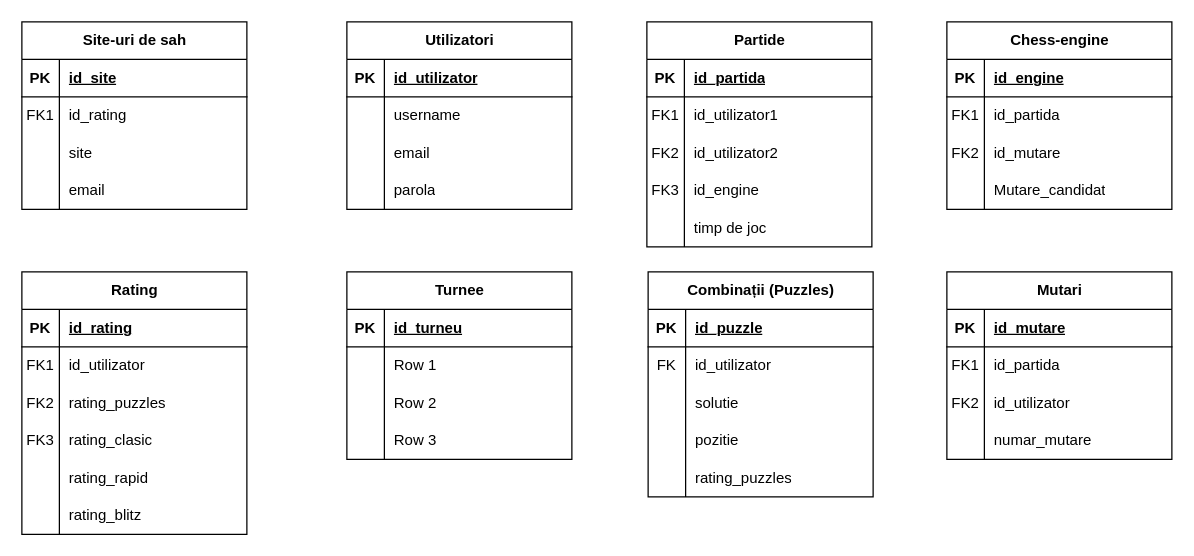
CiprianVlad/facultate keeps this draw.io diagram as Anul1/Semestrul 2/BD/proiect/Sah.drawio. Above is the earlier version. Source tidied: cells renumbered, new cells numbered last; positions are measured from the earlier drawing's top-left corner, leaving out a move shared by most shapes. Both pictures are drawn from the tidied source at 125%, with x=0, y=0 at pixel (21, 21).
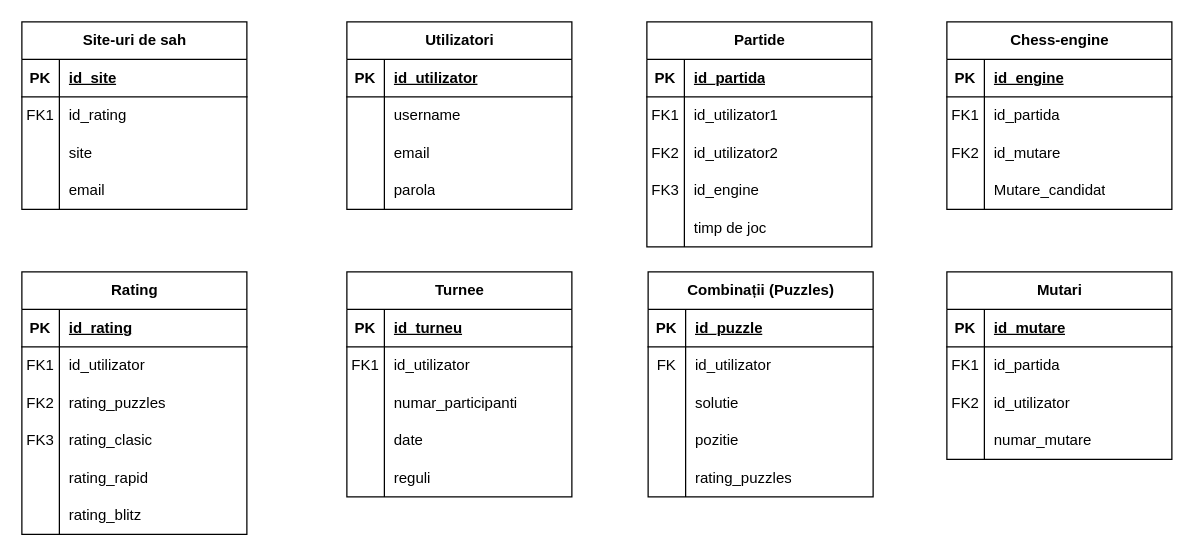
The same page after the edit.

The change refers to these unchanged cells:
```xml
<mxCell id="93" style="shape=tableRow;horizontal=0;startSize=0;swimlaneHead=0;swimlaneBody=0;fillColor=none;top=0;left=0;right=0;bottom=0;" parent="89" vertex="1">
  <mxGeometry y="60" width="180" height="30" as="geometry" />
</mxCell>
<mxCell id="96" style="shape=tableRow;horizontal=0;startSize=0;swimlaneHead=0;swimlaneBody=0;fillColor=none;top=0;left=0;right=0;bottom=0;" parent="89" vertex="1">
  <mxGeometry y="90" width="180" height="30" as="geometry" />
</mxCell>
<mxCell id="99" style="shape=tableRow;horizontal=0;startSize=0;swimlaneHead=0;swimlaneBody=0;fillColor=none;top=0;left=0;right=0;bottom=0;" parent="89" vertex="1">
  <mxGeometry y="120" width="180" height="30" as="geometry" />
</mxCell>
```

Diff of the diagram source:
```diff
@@
     <mxCell id="89" value="Turnee" style="shape=table;startSize=30;childLayout=tableLayout;rowLines=0;fontStyle=1;align=center;html=1;" parent="1" vertex="1">
-      <mxGeometry x="260" y="200" width="180" height="150" as="geometry" />
+      <mxGeometry x="260" y="200" width="180" height="180" as="geometry" />
     </mxCell>
@@
-    <mxCell id="94" style="shape=partialRectangle;fillColor=none;top=0;left=0;bottom=0;right=0;overflow=hidden;whiteSpace=wrap;html=1;" parent="93" vertex="1">
+    <mxCell id="94" value="FK1" style="shape=partialRectangle;fillColor=none;top=0;left=0;bottom=0;right=0;overflow=hidden;whiteSpace=wrap;html=1;" parent="93" vertex="1">
       <mxGeometry width="30" height="30" as="geometry" />
     </mxCell>
-    <mxCell id="95" value="Row 1" style="shape=partialRectangle;fillColor=none;top=0;left=0;bottom=0;right=0;align=left;spacingLeft=6;overflow=hidden;whiteSpace=wrap;html=1;" parent="93" vertex="1">
+    <mxCell id="95" value="id_utilizator" style="shape=partialRectangle;fillColor=none;top=0;left=0;bottom=0;right=0;align=left;spacingLeft=6;overflow=hidden;whiteSpace=wrap;html=1;" parent="93" vertex="1">
       <mxGeometry x="30" width="150" height="30" as="geometry" />
     </mxCell>
@@
-    <mxCell id="98" value="Row 2" style="shape=partialRectangle;fillColor=none;top=0;left=0;bottom=0;right=0;align=left;spacingLeft=6;overflow=hidden;whiteSpace=wrap;html=1;" parent="96" vertex="1">
+    <mxCell id="98" value="numar_participanti" style="shape=partialRectangle;fillColor=none;top=0;left=0;bottom=0;right=0;align=left;spacingLeft=6;overflow=hidden;whiteSpace=wrap;html=1;" parent="96" vertex="1">
       <mxGeometry x="30" width="150" height="30" as="geometry" />
     </mxCell>
@@
-    <mxCell id="101" value="Row 3" style="shape=partialRectangle;fillColor=none;top=0;left=0;bottom=0;right=0;align=left;spacingLeft=6;overflow=hidden;whiteSpace=wrap;html=1;" parent="99" vertex="1">
+    <mxCell id="101" value="date" style="shape=partialRectangle;fillColor=none;top=0;left=0;bottom=0;right=0;align=left;spacingLeft=6;overflow=hidden;whiteSpace=wrap;html=1;" parent="99" vertex="1">
       <mxGeometry x="30" width="150" height="30" as="geometry" />
     </mxCell>
+    <mxCell id="118" style="shape=tableRow;horizontal=0;startSize=0;swimlaneHead=0;swimlaneBody=0;fillColor=none;top=0;left=0;right=0;bottom=0;" parent="89" vertex="1">
+      <mxGeometry y="150" width="180" height="30" as="geometry" />
+    </mxCell>
+    <mxCell id="119" style="shape=partialRectangle;fillColor=none;top=0;left=0;bottom=0;right=0;overflow=hidden;whiteSpace=wrap;html=1;" parent="118" vertex="1">
+      <mxGeometry width="30" height="30" as="geometry" />
+    </mxCell>
+    <mxCell id="120" value="reguli" style="shape=partialRectangle;fillColor=none;top=0;left=0;bottom=0;right=0;align=left;spacingLeft=6;overflow=hidden;whiteSpace=wrap;html=1;" parent="118" vertex="1">
+      <mxGeometry x="30" width="150" height="30" as="geometry" />
+    </mxCell>
```
